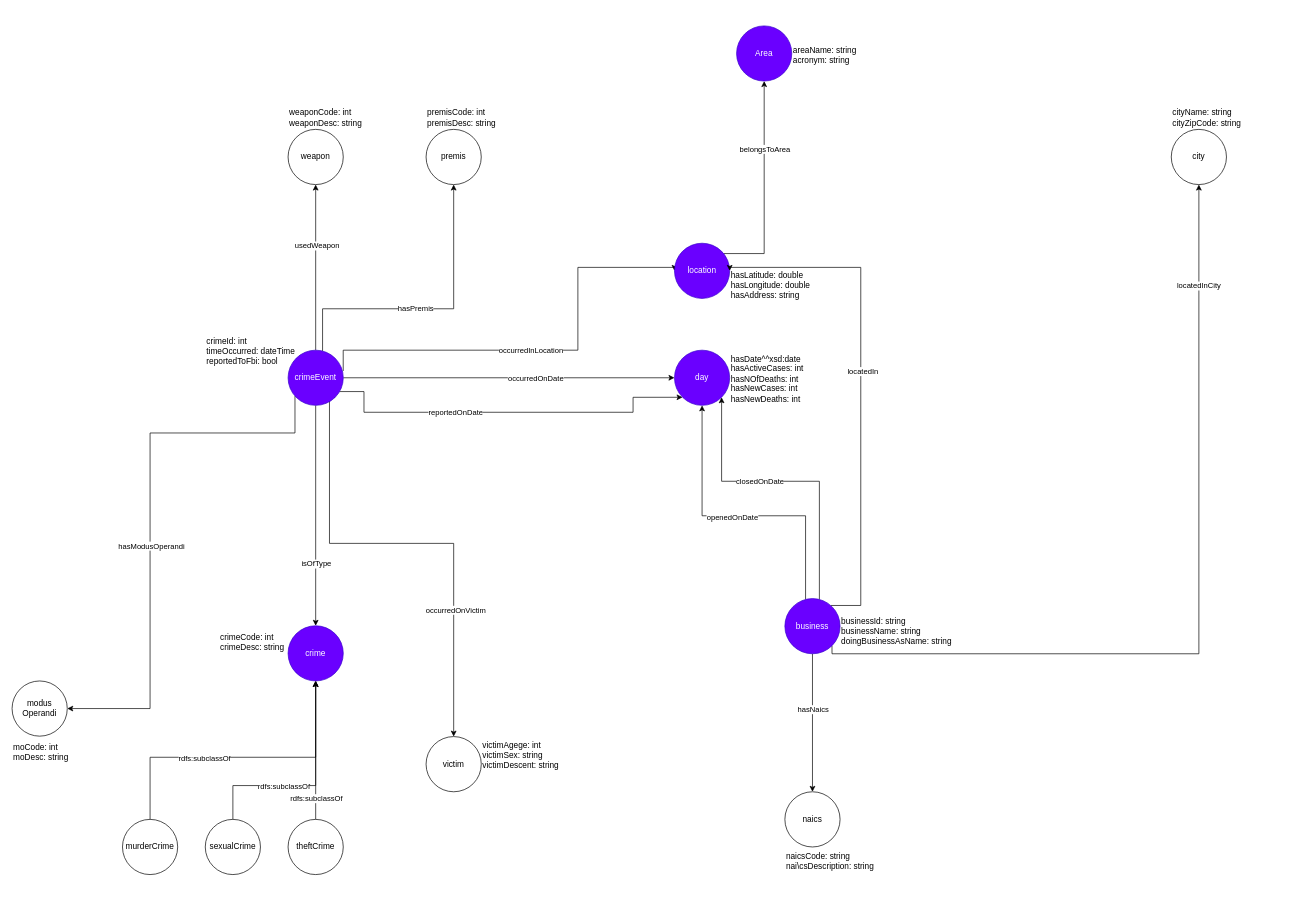
mircocazzaro/bitsei-db2-unipd keeps this draw.io diagram as requirements analysis/Bitsei_ontology.drawio. Above is the earlier version. Source tidied: cells renumbered, new cells numbered last; positions are measured from the earlier drawing's top-left corner, leaving out a move shared by most shapes. Both pictures are drawn from the tidied source at 69%, with x=0, y=0 at pixel (12, 12).
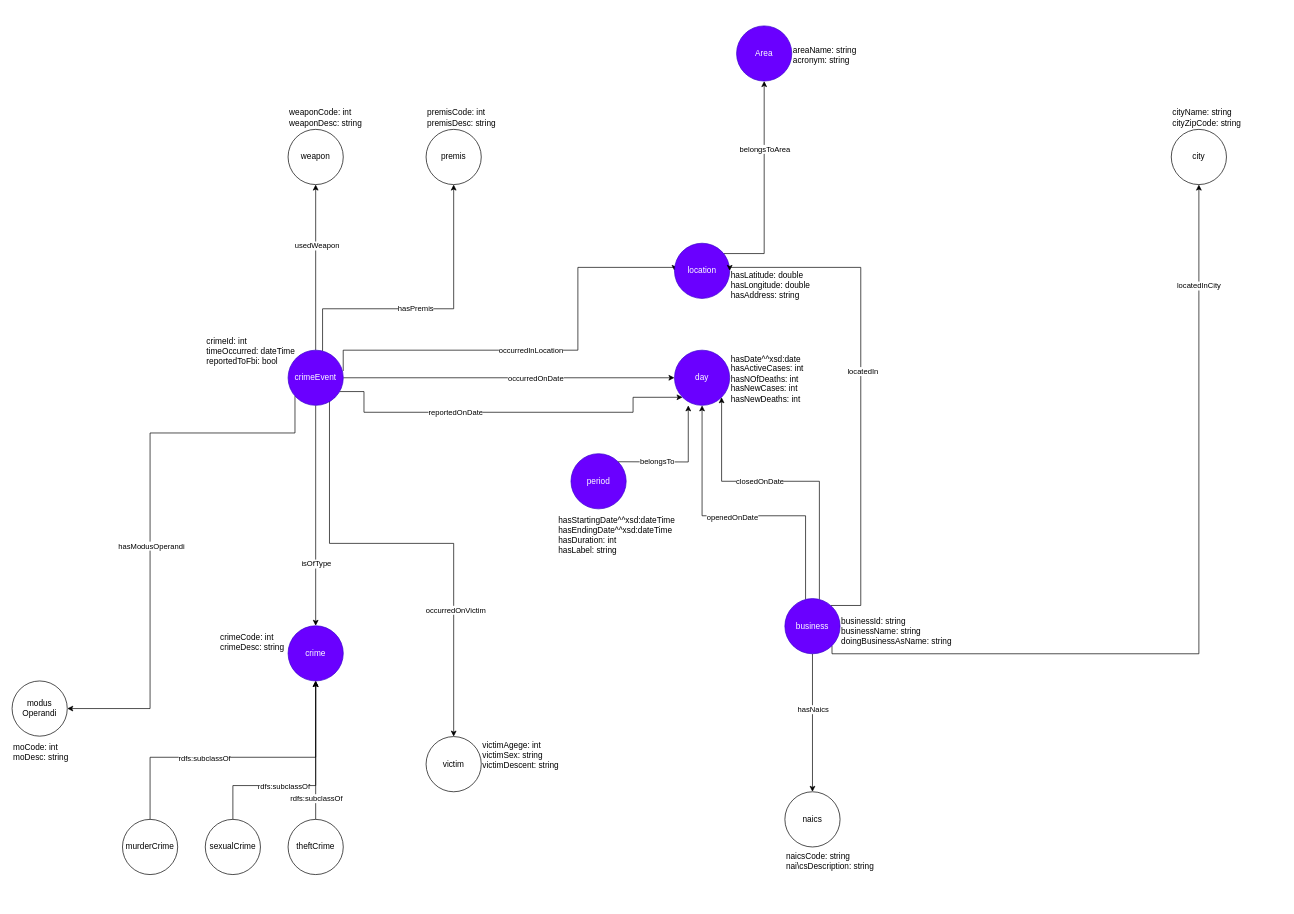
After the change.

Commit message:
updated ontology draw with periods

The change refers to these unchanged cells:
```xml
<mxCell id="26" value="day" style="ellipse;whiteSpace=wrap;html=1;fillColor=#6a00ff;strokeColor=#3700CC;fontColor=#ffffff;" parent="1" vertex="1">
  <mxGeometry x="960" y="490" width="80" height="80" as="geometry" />
</mxCell>
```

Change to the diagram source:
```diff
@@
+    <mxCell id="63" value="period" style="ellipse;whiteSpace=wrap;html=1;fillColor=#6a00ff;strokeColor=#3700CC;fontColor=#ffffff;" parent="1" vertex="1">
+      <mxGeometry x="810" y="640" width="80" height="80" as="geometry" />
+    </mxCell>
+    <mxCell id="64" style="endArrow=classic;html=1;rounded=0;exitX=1;exitY=0;exitDx=0;exitDy=0;entryX=0.25;entryY=1;entryDx=0;entryDy=0;entryPerimeter=0;" parent="1" edge="1" source="63" target="26">
+      <mxGeometry relative="1" as="geometry">
+        <Array as="points">
+          <mxPoint x="980" y="652" />
+        </Array>
+      </mxGeometry>
+    </mxCell>
+    <mxCell id="65" value="&lt;br&gt;" style="edgeLabel;html=1;align=center;verticalAlign=middle;" parent="64" vertex="1">
+      <mxGeometry relative="1" as="geometry">
+        <mxPoint x="-29" as="offset" />
+      </mxGeometry>
+    </mxCell>
+    <mxCell id="66" value="belongsTo" style="edgeLabel;html=1;align=center;verticalAlign=middle;" parent="64" vertex="1">
+      <mxGeometry x="-0.39" y="-2" relative="1" as="geometry">
+        <mxPoint y="-3" as="offset" />
+      </mxGeometry>
+    </mxCell>
+    <mxCell id="67" value="&lt;div&gt;hasStartingDate^^xsd:dateTime&lt;/div&gt;&lt;div&gt;hasEndingDate^^xsd:dateTime&lt;/div&gt;&lt;div&gt;hasDuration: int&lt;/div&gt;&lt;div&gt;hasLabel: string&lt;/div&gt;" style="text;html=1;strokeColor=none;fillColor=none;align=left;verticalAlign=bottom;whiteSpace=wrap;rounded=0;" parent="1" vertex="1">
+      <mxGeometry x="790" y="710" width="160" height="80" as="geometry" />
+    </mxCell>
```
